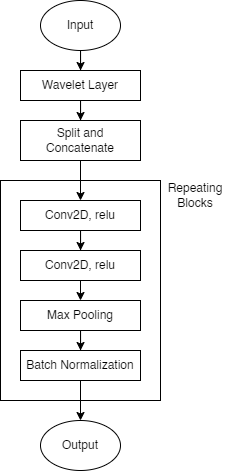
Above: MATLAB/Notes/Figures/Architecture Diagram/Estimate Encoding.drawio.png in not-JASH/Trading-AI-3 (draw.io), before the change. Source tidied: cells renumbered, new cells last; positions are measured from the earlier drawing's top-left corner, leaving out a move shared by most shapes. The source it was exported from:
```xml
<mxGraphModel>
  <root>
    <mxCell id="0" />
    <mxCell id="1" parent="0" />
    <mxCell id="2" style="edgeStyle=orthogonalEdgeStyle;rounded=0;jettySize=auto;html=1;exitX=0.5;exitY=1;exitDx=0;exitDy=0;" parent="1" edge="1" source="3" target="5">
      <mxGeometry relative="1" as="geometry" />
    </mxCell>
    <mxCell id="3" value="Input" style="ellipse;whiteSpace=wrap;html=1;" parent="1" vertex="1">
      <mxGeometry x="40" width="80" height="50" as="geometry" />
    </mxCell>
    <mxCell id="4" style="edgeStyle=orthogonalEdgeStyle;rounded=0;jettySize=auto;html=1;exitX=0.5;exitY=1;exitDx=0;exitDy=0;" parent="1" edge="1" source="5" target="7">
      <mxGeometry relative="1" as="geometry" />
    </mxCell>
    <mxCell id="5" value="Wavelet Layer" style="rounded=0;whiteSpace=wrap;html=1;" parent="1" vertex="1">
      <mxGeometry x="20" y="70" width="120" height="30" as="geometry" />
    </mxCell>
    <mxCell id="6" style="edgeStyle=orthogonalEdgeStyle;rounded=0;jettySize=auto;html=1;exitX=0.5;exitY=1;exitDx=0;exitDy=0;entryX=0.5;entryY=0;entryDx=0;entryDy=0;" parent="1" edge="1" source="7" target="9">
      <mxGeometry relative="1" as="geometry" />
    </mxCell>
    <mxCell id="7" value="Split and Concatenate" style="rounded=0;whiteSpace=wrap;html=1;" parent="1" vertex="1">
      <mxGeometry x="20" y="120" width="120" height="40" as="geometry" />
    </mxCell>
    <mxCell id="8" style="edgeStyle=orthogonalEdgeStyle;rounded=0;jettySize=auto;html=1;exitX=0.5;exitY=1;exitDx=0;exitDy=0;" parent="1" edge="1" source="9" target="11">
      <mxGeometry relative="1" as="geometry" />
    </mxCell>
    <mxCell id="9" value="Conv2D, relu" style="rounded=0;whiteSpace=wrap;html=1;" parent="1" vertex="1">
      <mxGeometry x="20" y="200" width="120" height="30" as="geometry" />
    </mxCell>
    <mxCell id="10" style="edgeStyle=orthogonalEdgeStyle;rounded=0;jettySize=auto;html=1;exitX=0.5;exitY=1;exitDx=0;exitDy=0;entryX=0.5;entryY=0;entryDx=0;entryDy=0;" parent="1" edge="1" source="11" target="13">
      <mxGeometry relative="1" as="geometry" />
    </mxCell>
    <mxCell id="11" value="Conv2D, relu" style="rounded=0;whiteSpace=wrap;html=1;" parent="1" vertex="1">
      <mxGeometry x="20" y="250" width="120" height="30" as="geometry" />
    </mxCell>
    <mxCell id="12" style="edgeStyle=orthogonalEdgeStyle;rounded=0;jettySize=auto;html=1;exitX=0.5;exitY=1;exitDx=0;exitDy=0;" parent="1" edge="1" source="13" target="15">
      <mxGeometry relative="1" as="geometry" />
    </mxCell>
    <mxCell id="13" value="Max Pooling" style="rounded=0;whiteSpace=wrap;html=1;" parent="1" vertex="1">
      <mxGeometry x="20" y="300" width="120" height="30" as="geometry" />
    </mxCell>
    <mxCell id="14" style="edgeStyle=orthogonalEdgeStyle;rounded=0;jettySize=auto;html=1;exitX=0.5;exitY=1;exitDx=0;exitDy=0;entryX=0.5;entryY=0;entryDx=0;entryDy=0;" parent="1" edge="1" source="15" target="16">
      <mxGeometry relative="1" as="geometry" />
    </mxCell>
    <mxCell id="15" value="Batch Normalization" style="rounded=0;whiteSpace=wrap;html=1;" parent="1" vertex="1">
      <mxGeometry x="20" y="350" width="120" height="30" as="geometry" />
    </mxCell>
    <mxCell id="16" value="Output" style="ellipse;whiteSpace=wrap;html=1;" parent="1" vertex="1">
      <mxGeometry x="40" y="420" width="80" height="50" as="geometry" />
    </mxCell>
    <mxCell id="17" style="rounded=0;whiteSpace=wrap;html=1;fillColor=none;" parent="1" vertex="1">
      <mxGeometry y="180" width="160" height="220" as="geometry" />
    </mxCell>
    <mxCell id="18" value="Repeating Blocks" style="text;html=1;strokeColor=none;fillColor=none;align=center;verticalAlign=middle;whiteSpace=wrap;rounded=0;" parent="1" vertex="1">
      <mxGeometry x="165" y="180" width="60" height="30" as="geometry" />
    </mxCell>
  </root>
</mxGraphModel>
```
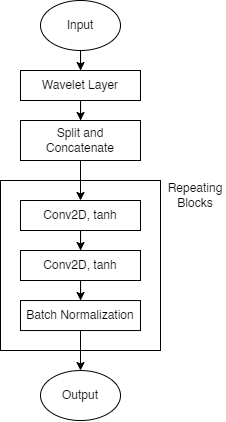
The same file after the commit.

The edit, as a diff of the source:
```diff
@@ -23,32 +23,28 @@
     <mxCell id="8" style="edgeStyle=orthogonalEdgeStyle;rounded=0;jettySize=auto;html=1;exitX=0.5;exitY=1;exitDx=0;exitDy=0;" parent="1" edge="1" source="9" target="11">
       <mxGeometry relative="1" as="geometry" />
     </mxCell>
-    <mxCell id="9" value="Conv2D, relu" style="rounded=0;whiteSpace=wrap;html=1;" parent="1" vertex="1">
+    <mxCell id="9" value="Conv2D, tanh" style="rounded=0;whiteSpace=wrap;html=1;" parent="1" vertex="1">
       <mxGeometry x="20" y="200" width="120" height="30" as="geometry" />
     </mxCell>
-    <mxCell id="10" style="edgeStyle=orthogonalEdgeStyle;rounded=0;jettySize=auto;html=1;exitX=0.5;exitY=1;exitDx=0;exitDy=0;entryX=0.5;entryY=0;entryDx=0;entryDy=0;" parent="1" edge="1" source="11" target="13">
-      <mxGeometry relative="1" as="geometry" />
-    </mxCell>
-    <mxCell id="11" value="Conv2D, relu" style="rounded=0;whiteSpace=wrap;html=1;" parent="1" vertex="1">
+    <mxCell id="11" value="Conv2D, tanh" style="rounded=0;whiteSpace=wrap;html=1;" parent="1" vertex="1">
       <mxGeometry x="20" y="250" width="120" height="30" as="geometry" />
     </mxCell>
-    <mxCell id="12" style="edgeStyle=orthogonalEdgeStyle;rounded=0;jettySize=auto;html=1;exitX=0.5;exitY=1;exitDx=0;exitDy=0;" parent="1" edge="1" source="13" target="15">
-      <mxGeometry relative="1" as="geometry" />
+    <mxCell id="12" style="edgeStyle=orthogonalEdgeStyle;rounded=0;jettySize=auto;html=1;exitX=0.5;exitY=1;exitDx=0;exitDy=0;" parent="1" edge="1" target="15">
+      <mxGeometry relative="1" as="geometry">
+        <mxPoint x="80" y="280" as="sourcePoint" />
+      </mxGeometry>
     </mxCell>
-    <mxCell id="13" value="Max Pooling" style="rounded=0;whiteSpace=wrap;html=1;" parent="1" vertex="1">
-      <mxGeometry x="20" y="300" width="120" height="30" as="geometry" />
-    </mxCell>
     <mxCell id="14" style="edgeStyle=orthogonalEdgeStyle;rounded=0;jettySize=auto;html=1;exitX=0.5;exitY=1;exitDx=0;exitDy=0;entryX=0.5;entryY=0;entryDx=0;entryDy=0;" parent="1" edge="1" source="15" target="16">
       <mxGeometry relative="1" as="geometry" />
     </mxCell>
     <mxCell id="15" value="Batch Normalization" style="rounded=0;whiteSpace=wrap;html=1;" parent="1" vertex="1">
-      <mxGeometry x="20" y="350" width="120" height="30" as="geometry" />
+      <mxGeometry x="20" y="300" width="120" height="30" as="geometry" />
     </mxCell>
     <mxCell id="16" value="Output" style="ellipse;whiteSpace=wrap;html=1;" parent="1" vertex="1">
-      <mxGeometry x="40" y="420" width="80" height="50" as="geometry" />
+      <mxGeometry x="40" y="370" width="80" height="50" as="geometry" />
     </mxCell>
     <mxCell id="17" style="rounded=0;whiteSpace=wrap;html=1;fillColor=none;" parent="1" vertex="1">
-      <mxGeometry y="180" width="160" height="220" as="geometry" />
+      <mxGeometry y="180" width="160" height="170" as="geometry" />
     </mxCell>
     <mxCell id="18" value="Repeating Blocks" style="text;html=1;strokeColor=none;fillColor=none;align=center;verticalAlign=middle;whiteSpace=wrap;rounded=0;" parent="1" vertex="1">
       <mxGeometry x="165" y="180" width="60" height="30" as="geometry" />
```
